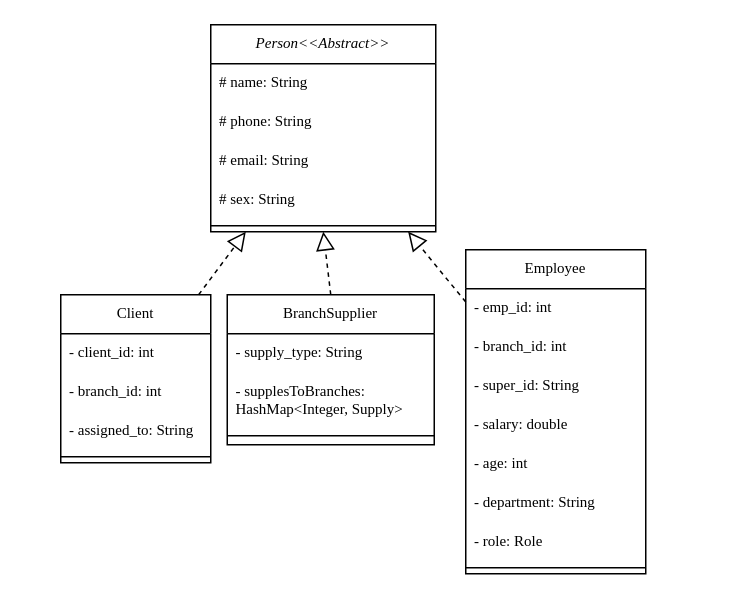
This is Frontend&SQL_sketch.drawio from Kazybekkh/KazCable-DBMS, a draw.io file, before an edit. Source tidied: cells renumbered, new cells numbered last; positions are measured from the earlier drawing's top-left corner, leaving out a move shared by most shapes. Both pictures are drawn from the tidied source at 150%, with x=0, y=0 at pixel (60, 24).
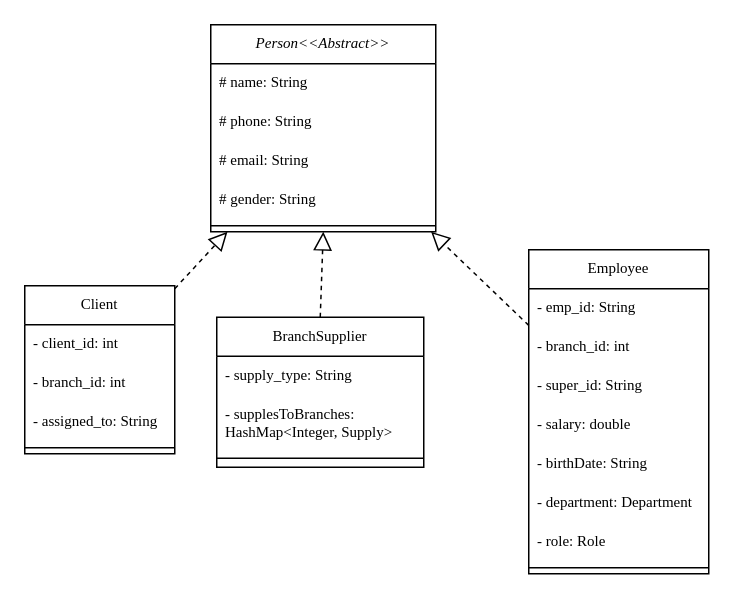
Above is the later version.

Unchanged cells that the change refers to:
```xml
<mxCell id="2" value="Person&lt;&lt;Abstract&gt;&gt;" style="swimlane;fontStyle=2;align=center;verticalAlign=top;horizontal=1;startSize=26;rounded=0;shadow=0;strokeWidth=1;fontFamily=Times New Roman;fontSize=10;" parent="1" vertex="1">
  <mxGeometry x="100" width="150" height="138" as="geometry" />
</mxCell>
```

The edit, as a diff of the source:
```diff
@@
-    <mxCell id="6" value="# sex: String" style="text;align=left;verticalAlign=top;spacingLeft=4;spacingRight=4;overflow=hidden;rounded=0;shadow=0;html=0;fontFamily=Times New Roman;fontSize=10;" parent="2" vertex="1">
+    <mxCell id="6" value="# gender: String" style="text;align=left;verticalAlign=top;spacingLeft=4;spacingRight=4;overflow=hidden;rounded=0;shadow=0;html=0;fontFamily=Times New Roman;fontSize=10;" parent="2" vertex="1">
       <mxGeometry y="104" width="150" height="26" as="geometry" />
     </mxCell>
@@
     <mxCell id="8" value="Client" style="swimlane;fontStyle=0;align=center;verticalAlign=top;horizontal=1;startSize=26;rounded=0;shadow=0;strokeWidth=1;fontFamily=Times New Roman;fontSize=10;" parent="1" vertex="1">
-      <mxGeometry y="180" width="100" height="112" as="geometry" />
+      <mxGeometry x="-24" y="174" width="100" height="112" as="geometry" />
     </mxCell>
@@
     <mxCell id="14" value="Employee" style="swimlane;fontStyle=0;align=center;verticalAlign=top;horizontal=1;startSize=26;rounded=0;shadow=0;strokeWidth=1;fontFamily=Times New Roman;fontSize=10;" parent="1" vertex="1">
-      <mxGeometry x="270" y="150" width="120" height="216" as="geometry" />
+      <mxGeometry x="312" y="150" width="120" height="216" as="geometry" />
     </mxCell>
-    <mxCell id="15" value="- emp_id: int" style="text;align=left;verticalAlign=top;spacingLeft=4;spacingRight=4;overflow=hidden;fontFamily=Times New Roman;fontSize=10;" parent="14" vertex="1">
+    <mxCell id="15" value="- emp_id: String" style="text;align=left;verticalAlign=top;spacingLeft=4;spacingRight=4;overflow=hidden;fontFamily=Times New Roman;fontSize=10;" parent="14" vertex="1">
       <mxGeometry y="26" width="120" height="26" as="geometry" />
     </mxCell>
@@
-    <mxCell id="19" value="- age: int" style="text;align=left;verticalAlign=top;spacingLeft=4;spacingRight=4;overflow=hidden;fontFamily=Times New Roman;fontSize=10;" parent="14" vertex="1">
+    <mxCell id="19" value="- birthDate: String" style="text;align=left;verticalAlign=top;spacingLeft=4;spacingRight=4;overflow=hidden;fontFamily=Times New Roman;fontSize=10;" parent="14" vertex="1">
       <mxGeometry y="130" width="120" height="26" as="geometry" />
     </mxCell>
-    <mxCell id="20" value="- department: String" style="text;align=left;verticalAlign=top;spacingLeft=4;spacingRight=4;overflow=hidden;fontFamily=Times New Roman;fontSize=10;" parent="14" vertex="1">
+    <mxCell id="20" value="- department: Department&#10;" style="text;align=left;verticalAlign=top;spacingLeft=4;spacingRight=4;overflow=hidden;fontFamily=Times New Roman;fontSize=10;" parent="14" vertex="1">
       <mxGeometry y="156" width="120" height="26" as="geometry" />
     </mxCell>
@@
     <mxCell id="24" value="BranchSupplier" style="swimlane;fontStyle=0;align=center;verticalAlign=top;horizontal=1;startSize=26;rounded=0;shadow=0;strokeWidth=1;fontFamily=Times New Roman;fontSize=10;" parent="1" vertex="1">
-      <mxGeometry x="111" y="180" width="138" height="100" as="geometry" />
+      <mxGeometry x="104" y="195" width="138" height="100" as="geometry" />
     </mxCell>
```
